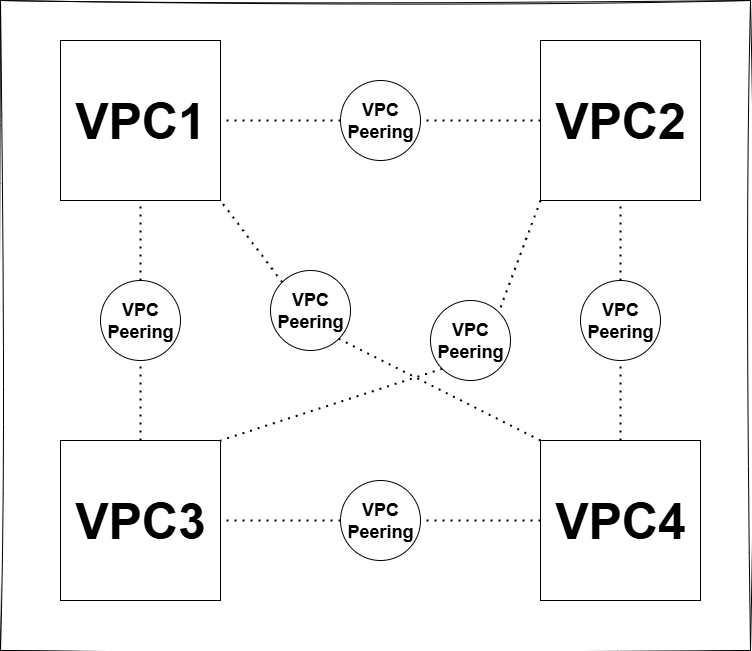
This is vpc/peering.png from siri-chandanak/aws, a draw.io export, as it was before one commit. Source tidied: cells renumbered, new cells last; positions are measured from the earlier drawing's top-left corner, leaving out a move shared by most shapes. The source it was exported from:
```xml
<mxGraphModel background="#ffffff">
  <root>
    <mxCell id="0" />
    <mxCell id="1" parent="0" />
    <mxCell id="2" value="&lt;h1&gt;&lt;font style=&quot;font-size: 50px;&quot;&gt;VPC1&lt;/font&gt;&lt;/h1&gt;" style="rounded=0;whiteSpace=wrap;html=1;" parent="1" vertex="1">
      <mxGeometry x="60" y="40" width="160" height="160" as="geometry" />
    </mxCell>
    <mxCell id="3" value="&lt;h1&gt;&lt;font style=&quot;font-size: 50px;&quot;&gt;VPC2&lt;/font&gt;&lt;/h1&gt;" style="rounded=0;whiteSpace=wrap;html=1;" parent="1" vertex="1">
      <mxGeometry x="540" y="40" width="160" height="160" as="geometry" />
    </mxCell>
    <mxCell id="4" value="&lt;h1&gt;&lt;font style=&quot;font-size: 50px;&quot;&gt;VPC4&lt;/font&gt;&lt;/h1&gt;" style="rounded=0;whiteSpace=wrap;html=1;" parent="1" vertex="1">
      <mxGeometry x="540" y="440" width="160" height="160" as="geometry" />
    </mxCell>
    <mxCell id="5" value="&lt;h1&gt;&lt;font style=&quot;font-size: 50px;&quot;&gt;VPC3&lt;/font&gt;&lt;/h1&gt;" style="rounded=0;whiteSpace=wrap;html=1;" parent="1" vertex="1">
      <mxGeometry x="60" y="440" width="160" height="160" as="geometry" />
    </mxCell>
    <mxCell id="6" value="&lt;h2&gt;VPC Peering&lt;/h2&gt;" style="ellipse;whiteSpace=wrap;html=1;" parent="1" vertex="1">
      <mxGeometry x="100" y="280" width="80" height="80" as="geometry" />
    </mxCell>
    <mxCell id="7" style="endArrow=none;dashed=1;html=1;dashPattern=1 3;strokeWidth=2;rounded=0;entryX=0.5;entryY=1;entryDx=0;entryDy=0;exitX=0.5;exitY=0;exitDx=0;exitDy=0;" parent="1" edge="1" source="6" target="2">
      <mxGeometry relative="1" as="geometry" />
    </mxCell>
    <mxCell id="8" style="endArrow=none;dashed=1;html=1;dashPattern=1 3;strokeWidth=2;rounded=0;entryX=0.5;entryY=1;entryDx=0;entryDy=0;exitX=0.5;exitY=0;exitDx=0;exitDy=0;" parent="1" edge="1" source="5" target="6">
      <mxGeometry relative="1" as="geometry" />
    </mxCell>
    <mxCell id="9" value="&lt;h2&gt;VPC Peering&lt;/h2&gt;" style="ellipse;whiteSpace=wrap;html=1;" parent="1" vertex="1">
      <mxGeometry x="580" y="280" width="80" height="80" as="geometry" />
    </mxCell>
    <mxCell id="10" style="endArrow=none;dashed=1;html=1;dashPattern=1 3;strokeWidth=2;rounded=0;entryX=0.5;entryY=1;entryDx=0;entryDy=0;exitX=0.5;exitY=0;exitDx=0;exitDy=0;" parent="1" edge="1" source="9" target="3">
      <mxGeometry relative="1" as="geometry" />
    </mxCell>
    <mxCell id="11" style="endArrow=none;dashed=1;html=1;dashPattern=1 3;strokeWidth=2;rounded=0;entryX=0.5;entryY=1;entryDx=0;entryDy=0;exitX=0.5;exitY=0;exitDx=0;exitDy=0;" parent="1" edge="1" source="4" target="9">
      <mxGeometry relative="1" as="geometry" />
    </mxCell>
    <mxCell id="12" value="&lt;h2&gt;VPC Peering&lt;/h2&gt;" style="ellipse;whiteSpace=wrap;html=1;" parent="1" vertex="1">
      <mxGeometry x="340" y="480" width="80" height="80" as="geometry" />
    </mxCell>
    <mxCell id="13" value="&lt;h2&gt;VPC Peering&lt;/h2&gt;" style="ellipse;whiteSpace=wrap;html=1;" parent="1" vertex="1">
      <mxGeometry x="340" y="80" width="80" height="80" as="geometry" />
    </mxCell>
    <mxCell id="14" style="endArrow=none;dashed=1;html=1;dashPattern=1 3;strokeWidth=2;rounded=0;entryX=1;entryY=0;entryDx=0;entryDy=0;exitX=0;exitY=1;exitDx=0;exitDy=0;" parent="1" edge="1" source="3" target="19">
      <mxGeometry relative="1" as="geometry" />
    </mxCell>
    <mxCell id="15" style="endArrow=none;dashed=1;html=1;dashPattern=1 3;strokeWidth=2;rounded=0;entryX=1;entryY=0.5;entryDx=0;entryDy=0;exitX=0;exitY=0.5;exitDx=0;exitDy=0;" parent="1" edge="1" source="13" target="2">
      <mxGeometry relative="1" as="geometry" />
    </mxCell>
    <mxCell id="16" style="endArrow=none;dashed=1;html=1;dashPattern=1 3;strokeWidth=2;rounded=0;entryX=1;entryY=0.5;entryDx=0;entryDy=0;exitX=0;exitY=0.5;exitDx=0;exitDy=0;" parent="1" edge="1" source="3" target="13">
      <mxGeometry relative="1" as="geometry" />
    </mxCell>
    <mxCell id="17" style="endArrow=none;dashed=1;html=1;dashPattern=1 3;strokeWidth=2;rounded=0;exitX=0;exitY=0.5;exitDx=0;exitDy=0;" parent="1" edge="1" source="12" target="5">
      <mxGeometry relative="1" as="geometry" />
    </mxCell>
    <mxCell id="18" style="endArrow=none;dashed=1;html=1;dashPattern=1 3;strokeWidth=2;rounded=0;entryX=1;entryY=0.5;entryDx=0;entryDy=0;exitX=0;exitY=0.5;exitDx=0;exitDy=0;" parent="1" edge="1" source="4" target="12">
      <mxGeometry relative="1" as="geometry" />
    </mxCell>
    <mxCell id="19" value="&lt;h2&gt;VPC Peering&lt;/h2&gt;" style="ellipse;whiteSpace=wrap;html=1;" parent="1" vertex="1">
      <mxGeometry x="430" y="300" width="80" height="80" as="geometry" />
    </mxCell>
    <mxCell id="20" style="endArrow=none;dashed=1;html=1;dashPattern=1 3;strokeWidth=2;rounded=0;entryX=1;entryY=0;entryDx=0;entryDy=0;exitX=0;exitY=1;exitDx=0;exitDy=0;" parent="1" edge="1" source="19" target="5">
      <mxGeometry relative="1" as="geometry" />
    </mxCell>
    <mxCell id="21" value="&lt;h2&gt;VPC Peering&lt;/h2&gt;" style="ellipse;whiteSpace=wrap;html=1;" parent="1" vertex="1">
      <mxGeometry x="270" y="270" width="80" height="80" as="geometry" />
    </mxCell>
    <mxCell id="22" style="endArrow=none;dashed=1;html=1;dashPattern=1 3;strokeWidth=2;rounded=0;entryX=1;entryY=1;entryDx=0;entryDy=0;exitX=0;exitY=0;exitDx=0;exitDy=0;" parent="1" edge="1" source="4" target="21">
      <mxGeometry relative="1" as="geometry" />
    </mxCell>
    <mxCell id="23" style="endArrow=none;dashed=1;html=1;dashPattern=1 3;strokeWidth=2;rounded=0;entryX=1;entryY=1;entryDx=0;entryDy=0;exitX=0;exitY=0;exitDx=0;exitDy=0;" parent="1" edge="1" source="21" target="2">
      <mxGeometry relative="1" as="geometry" />
    </mxCell>
    <mxCell id="24" style="rounded=0;whiteSpace=wrap;html=1;sketch=1;hachureGap=4;jiggle=2;curveFitting=1;fontFamily=Architects Daughter;fontSource=https%3A%2F%2Ffonts.googleapis.com%2Fcss%3Ffamily%3DArchitects%2BDaughter;fillColor=none;" parent="1" vertex="1">
      <mxGeometry width="750" height="650" as="geometry" />
    </mxCell>
  </root>
</mxGraphModel>
```
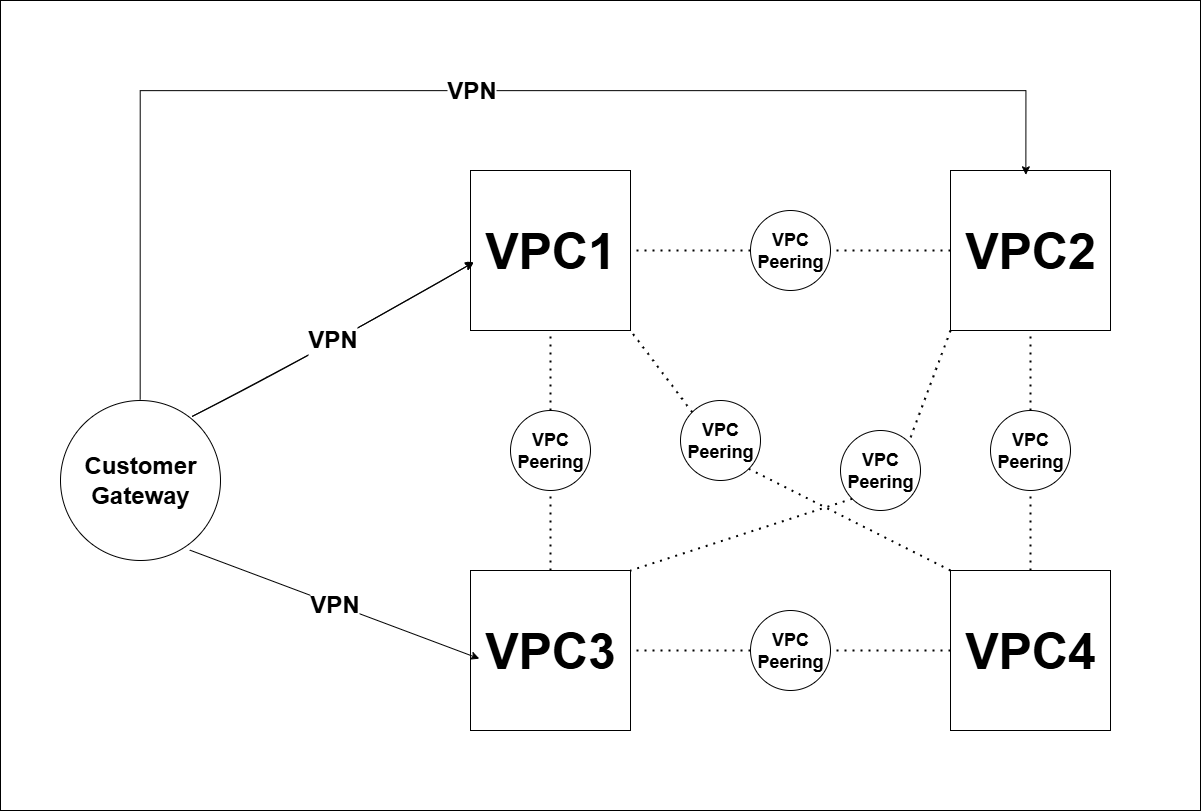
After the change.

Diff of the diagram source:
```diff
@@ -68,8 +68,25 @@
     <mxCell id="23" style="endArrow=none;dashed=1;html=1;dashPattern=1 3;strokeWidth=2;rounded=0;entryX=1;entryY=1;entryDx=0;entryDy=0;exitX=0;exitY=0;exitDx=0;exitDy=0;" parent="1" edge="1" source="21" target="2">
       <mxGeometry relative="1" as="geometry" />
     </mxCell>
-    <mxCell id="24" style="rounded=0;whiteSpace=wrap;html=1;sketch=1;hachureGap=4;jiggle=2;curveFitting=1;fontFamily=Architects Daughter;fontSource=https%3A%2F%2Ffonts.googleapis.com%2Fcss%3Ffamily%3DArchitects%2BDaughter;fillColor=none;" parent="1" vertex="1">
-      <mxGeometry width="750" height="650" as="geometry" />
-    </mxCell>
+    <mxCell id="25" value="&lt;h1&gt;&lt;font face=&quot;Helvetica&quot;&gt;Customer Gateway&lt;/font&gt;&lt;/h1&gt;" style="ellipse;whiteSpace=wrap;html=1;hachureGap=4;fontFamily=Architects Daughter;fontSource=https%3A%2F%2Ffonts.googleapis.com%2Fcss%3Ffamily%3DArchitects%2BDaughter;gradientColor=none;" parent="1" vertex="1">
+      <mxGeometry x="-350" y="270" width="160" height="160" as="geometry" />
+    </mxCell>
+    <mxCell id="26" value="&lt;h1&gt;&lt;font face=&quot;Helvetica&quot;&gt;VPN&lt;/font&gt;&lt;/h1&gt;" style="endArrow=classic;html=1;rounded=0;sketch=1;hachureGap=4;jiggle=2;curveFitting=1;fontFamily=Architects Daughter;fontSource=https%3A%2F%2Ffonts.googleapis.com%2Fcss%3Ffamily%3DArchitects%2BDaughter;fontSize=12;fontColor=default;exitX=0.82;exitY=0.101;exitDx=0;exitDy=0;exitPerimeter=0;entryX=0.019;entryY=0.575;entryDx=0;entryDy=0;entryPerimeter=0;" parent="1" edge="1" source="25" target="2">
+      <mxGeometry relative="1" as="geometry" />
+    </mxCell>
+    <mxCell id="27" value="&lt;h1&gt;&lt;font face=&quot;Helvetica&quot;&gt;VPN&lt;/font&gt;&lt;/h1&gt;" style="endArrow=classic;html=1;rounded=0;hachureGap=4;fontFamily=Architects Daughter;fontSource=https%3A%2F%2Ffonts.googleapis.com%2Fcss%3Ffamily%3DArchitects%2BDaughter;fontSize=12;fontColor=default;exitX=0.808;exitY=0.935;exitDx=0;exitDy=0;exitPerimeter=0;entryX=0.055;entryY=0.551;entryDx=0;entryDy=0;entryPerimeter=0;" parent="1" edge="1" source="25" target="5">
+      <mxGeometry relative="1" as="geometry" />
+    </mxCell>
+    <mxCell id="28" value="&lt;h1&gt;&lt;font face=&quot;Helvetica&quot;&gt;VPN&lt;/font&gt;&lt;/h1&gt;" style="endArrow=classic;html=1;rounded=0;hachureGap=4;fontFamily=Architects Daughter;fontSource=https%3A%2F%2Ffonts.googleapis.com%2Fcss%3Ffamily%3DArchitects%2BDaughter;fontSize=12;fontColor=default;exitX=0.498;exitY=-0.006;exitDx=0;exitDy=0;exitPerimeter=0;entryX=0.471;entryY=0.027;entryDx=0;entryDy=0;entryPerimeter=0;edgeStyle=orthogonalEdgeStyle;" parent="1" edge="1" source="25" target="3">
+      <mxGeometry relative="1" as="geometry">
+        <Array as="points">
+          <mxPoint x="-270" y="-40" />
+          <mxPoint x="615" y="-40" />
+        </Array>
+      </mxGeometry>
+    </mxCell>
+    <mxCell id="29" style="rounded=0;whiteSpace=wrap;html=1;hachureGap=4;strokeColor=default;align=center;verticalAlign=middle;fontFamily=Architects Daughter;fontSource=https%3A%2F%2Ffonts.googleapis.com%2Fcss%3Ffamily%3DArchitects%2BDaughter;fontSize=12;fontColor=default;fillColor=none;gradientColor=none;" parent="1" vertex="1">
+      <mxGeometry x="-410" y="-130" width="1200" height="810" as="geometry" />
+    </mxCell>
   </root>
 </mxGraphModel>
```
